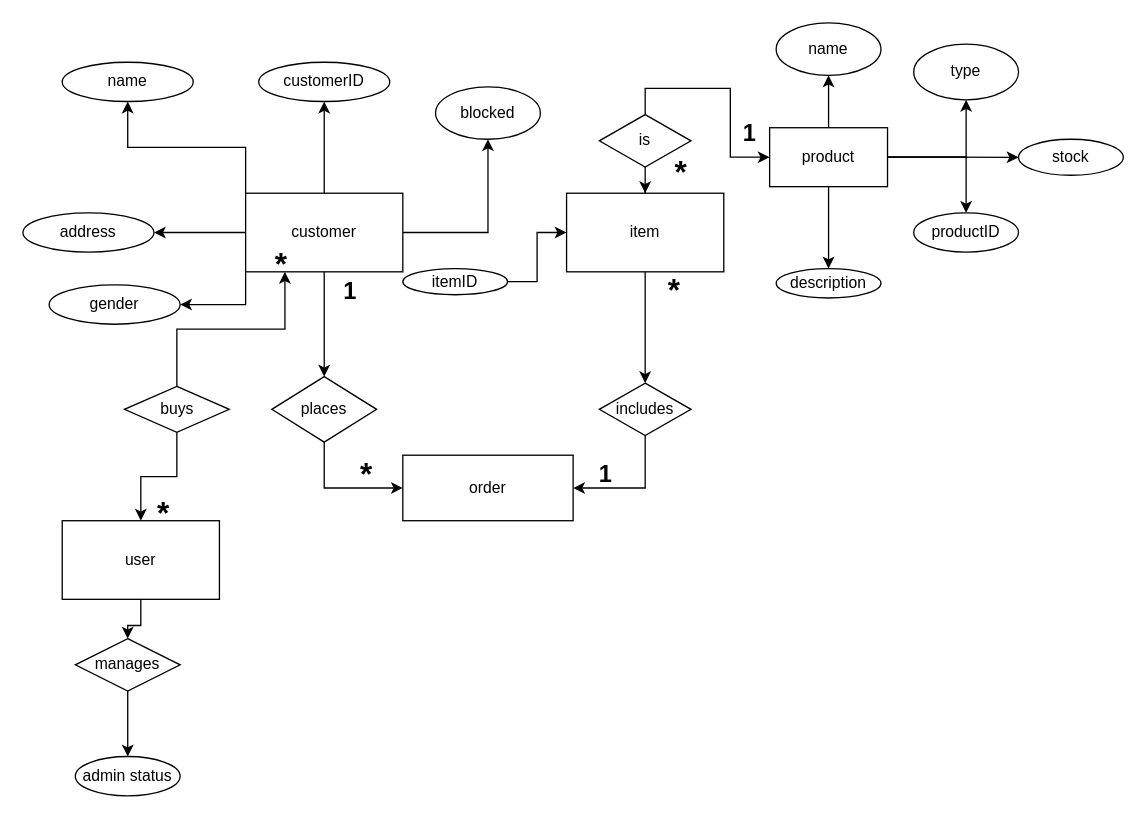
The draw.io diagram erd.drawio in ppvnf/diagramnetworklab2, before the edit. Source tidied: cells renumbered, new cells numbered last; positions are measured from the earlier drawing's top-left corner, leaving out a move shared by most shapes. Both pictures are drawn from the tidied source at 131%, with x=0, y=0 at pixel (22, 22).
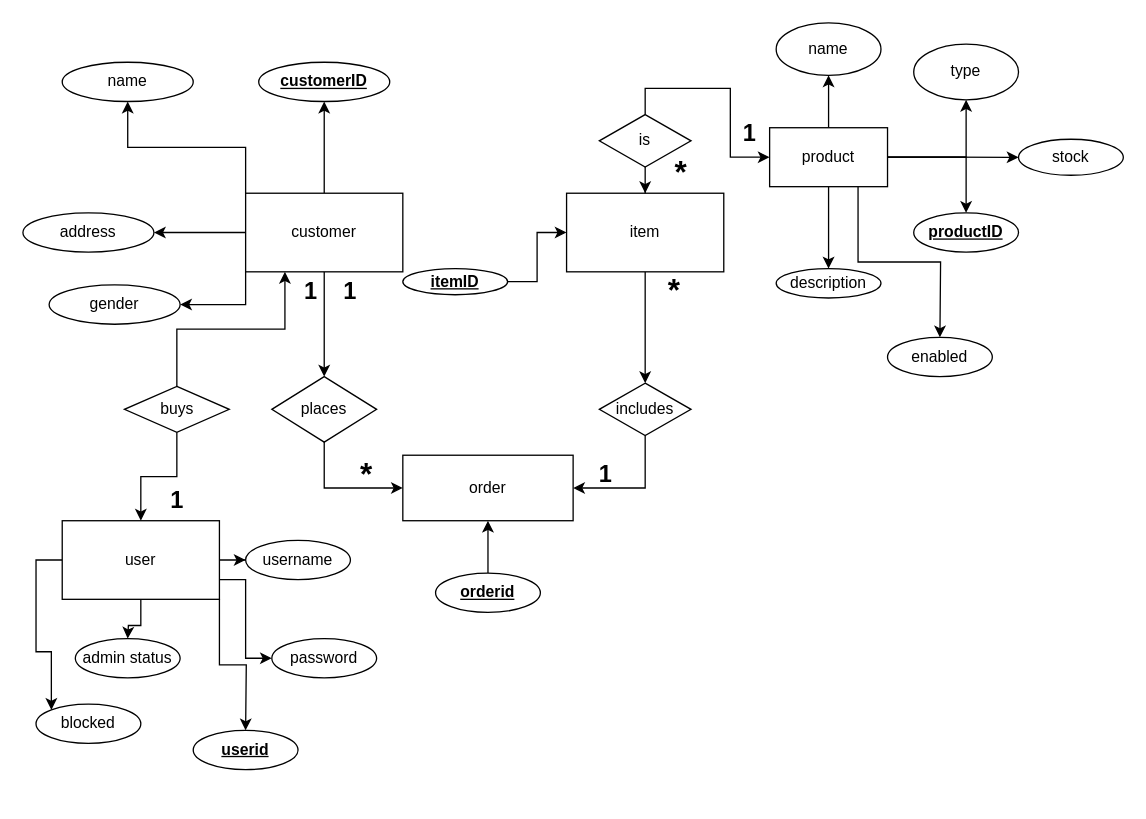
Above is the later version.

Unchanged cells that the change refers to:
```xml
<mxCell id="8" value="customer" style="whiteSpace=wrap;html=1;" parent="1" vertex="1">
  <mxGeometry x="170" y="130" width="120" height="60" as="geometry" />
</mxCell>
<mxCell id="13" value="order" style="whiteSpace=wrap;html=1;" parent="1" vertex="1">
  <mxGeometry x="290" y="330" width="130" height="50" as="geometry" />
</mxCell>
<mxCell id="25" value="product" style="whiteSpace=wrap;html=1;" parent="1" vertex="1">
  <mxGeometry x="570" y="80" width="90" height="45" as="geometry" />
</mxCell>
<mxCell id="44" value="user" style="whiteSpace=wrap;html=1;" parent="1" vertex="1">
  <mxGeometry x="30" y="380" width="120" height="60" as="geometry" />
</mxCell>
```

Diff of the diagram source:
```diff
@@
-    <mxCell id="7" style="edgeStyle=orthogonalEdgeStyle;rounded=0;jettySize=auto;html=1;" parent="1" edge="1" source="8" target="42">
-      <mxGeometry relative="1" as="geometry" />
-    </mxCell>
@@
-    <mxCell id="11" value="customerID" style="ellipse;whiteSpace=wrap;html=1;" parent="1" vertex="1">
+    <mxCell id="11" value="&lt;b&gt;&lt;u&gt;customerID&lt;/u&gt;&lt;/b&gt;" style="ellipse;whiteSpace=wrap;html=1;" parent="1" vertex="1">
       <mxGeometry x="180" y="30" width="100" height="30" as="geometry" />
     </mxCell>
@@
+    <mxCell id="53" style="edgeStyle=orthogonalEdgeStyle;rounded=0;jettySize=auto;html=1;exitX=0.75;exitY=1;exitDx=0;exitDy=0;" parent="1" edge="1" source="25">
+      <mxGeometry relative="1" as="geometry">
+        <mxPoint x="700" y="240" as="targetPoint" />
+      </mxGeometry>
+    </mxCell>
@@
-    <mxCell id="27" value="itemID" style="ellipse;whiteSpace=wrap;html=1;" parent="1" vertex="1">
+    <mxCell id="27" value="&lt;b&gt;&lt;u&gt;itemID&lt;/u&gt;&lt;/b&gt;" style="ellipse;whiteSpace=wrap;html=1;" parent="1" vertex="1">
       <mxGeometry x="290" y="187.5" width="80" height="20" as="geometry" />
     </mxCell>
@@
-    <mxCell id="38" value="productID" style="ellipse;whiteSpace=wrap;html=1;" parent="1" vertex="1">
+    <mxCell id="38" value="&lt;b&gt;&lt;u&gt;productID&lt;/u&gt;&lt;/b&gt;" style="ellipse;whiteSpace=wrap;html=1;" parent="1" vertex="1">
       <mxGeometry x="680" y="145" width="80" height="30" as="geometry" />
     </mxCell>
@@
-    <mxCell id="42" value="blocked" style="ellipse;whiteSpace=wrap;html=1;" parent="1" vertex="1">
-      <mxGeometry x="315" y="48.8" width="80" height="40" as="geometry" />
-    </mxCell>
-    <mxCell id="43" style="edgeStyle=orthogonalEdgeStyle;rounded=0;jettySize=auto;html=1;" parent="1" edge="1" source="44" target="52">
-      <mxGeometry relative="1" as="geometry" />
+    <mxCell id="43" style="edgeStyle=orthogonalEdgeStyle;rounded=0;jettySize=auto;html=1;" parent="1" edge="1" source="44">
+      <mxGeometry relative="1" as="geometry">
+        <mxPoint x="80" y="470" as="targetPoint" />
+      </mxGeometry>
     </mxCell>
+    <mxCell id="54" style="edgeStyle=orthogonalEdgeStyle;rounded=0;jettySize=auto;html=1;" parent="1" edge="1" source="44" target="58">
+      <mxGeometry relative="1" as="geometry" />
+    </mxCell>
+    <mxCell id="55" style="edgeStyle=orthogonalEdgeStyle;rounded=0;jettySize=auto;html=1;exitX=1;exitY=0.75;exitDx=0;exitDy=0;entryX=0;entryY=0.5;entryDx=0;entryDy=0;" parent="1" edge="1" source="44" target="59">
+      <mxGeometry relative="1" as="geometry" />
+    </mxCell>
+    <mxCell id="56" style="edgeStyle=orthogonalEdgeStyle;rounded=0;jettySize=auto;html=1;exitX=1;exitY=1;exitDx=0;exitDy=0;" parent="1" edge="1" source="44">
+      <mxGeometry relative="1" as="geometry">
+        <mxPoint x="170" y="540" as="targetPoint" />
+      </mxGeometry>
+    </mxCell>
+    <mxCell id="57" style="edgeStyle=orthogonalEdgeStyle;rounded=0;jettySize=auto;html=1;exitX=0;exitY=0.5;exitDx=0;exitDy=0;entryX=0;entryY=0;entryDx=0;entryDy=0;" parent="1" edge="1" source="44" target="42">
+      <mxGeometry relative="1" as="geometry" />
+    </mxCell>
@@
-    <mxCell id="45" value="&lt;font style=&quot;font-size: 24px;&quot;&gt;&lt;b&gt;&lt;font&gt;*&lt;/font&gt;&lt;/b&gt;&lt;/font&gt;" style="text;strokeColor=none;align=center;fillColor=none;html=1;verticalAlign=middle;whiteSpace=wrap;rounded=0;" parent="1" vertex="1">
-      <mxGeometry x="170" y="170" width="55" height="30" as="geometry" />
-    </mxCell>
@@
-    <mxCell id="49" value="&lt;font style=&quot;font-size: 24px;&quot;&gt;&lt;b&gt;&lt;font&gt;*&lt;/font&gt;&lt;/b&gt;&lt;/font&gt;" style="text;strokeColor=none;align=center;fillColor=none;html=1;verticalAlign=middle;whiteSpace=wrap;rounded=0;" parent="1" vertex="1">
-      <mxGeometry x="80" y="360" width="55" height="30" as="geometry" />
-    </mxCell>
     <mxCell id="50" value="admin status" style="ellipse;whiteSpace=wrap;html=1;" parent="1" vertex="1">
-      <mxGeometry x="40" y="560" width="80" height="30" as="geometry" />
+      <mxGeometry x="40" y="470" width="80" height="30" as="geometry" />
     </mxCell>
-    <mxCell id="51" style="edgeStyle=orthogonalEdgeStyle;rounded=0;jettySize=auto;html=1;" parent="1" edge="1" source="52" target="50">
-      <mxGeometry relative="1" as="geometry" />
-    </mxCell>
-    <mxCell id="52" value="manages" style="rhombus;whiteSpace=wrap;html=1;" parent="1" vertex="1">
-      <mxGeometry x="40" y="470" width="80" height="40" as="geometry" />
-    </mxCell>
+    <mxCell id="58" value="username" style="ellipse;whiteSpace=wrap;html=1;" parent="1" vertex="1">
+      <mxGeometry x="170" y="395" width="80" height="30" as="geometry" />
+    </mxCell>
+    <mxCell id="59" value="password" style="ellipse;whiteSpace=wrap;html=1;" parent="1" vertex="1">
+      <mxGeometry x="190" y="470" width="80" height="30" as="geometry" />
+    </mxCell>
+    <mxCell id="60" style="edgeStyle=orthogonalEdgeStyle;rounded=0;jettySize=auto;html=1;" parent="1" edge="1" source="61" target="13">
+      <mxGeometry relative="1" as="geometry" />
+    </mxCell>
+    <mxCell id="61" value="&lt;b&gt;&lt;u&gt;orderid&lt;/u&gt;&lt;/b&gt;" style="ellipse;whiteSpace=wrap;html=1;" parent="1" vertex="1">
+      <mxGeometry x="315" y="420" width="80" height="30" as="geometry" />
+    </mxCell>
+    <mxCell id="62" value="enabled" style="ellipse;whiteSpace=wrap;html=1;" parent="1" vertex="1">
+      <mxGeometry x="660" y="240" width="80" height="30" as="geometry" />
+    </mxCell>
+    <mxCell id="63" value="&lt;b&gt;&lt;u&gt;userid&lt;/u&gt;&lt;/b&gt;" style="ellipse;whiteSpace=wrap;html=1;" parent="1" vertex="1">
+      <mxGeometry x="130" y="540" width="80" height="30" as="geometry" />
+    </mxCell>
+    <mxCell id="42" value="blocked" style="ellipse;whiteSpace=wrap;html=1;" parent="1" vertex="1">
+      <mxGeometry x="10" y="520" width="80" height="30" as="geometry" />
+    </mxCell>
+    <mxCell id="64" value="&lt;b&gt;&lt;font style=&quot;font-size: 18px;&quot;&gt;1&lt;/font&gt;&lt;/b&gt;" style="text;strokeColor=none;align=center;fillColor=none;html=1;verticalAlign=middle;whiteSpace=wrap;rounded=0;" parent="1" vertex="1">
+      <mxGeometry x="190" y="190" width="60" height="30" as="geometry" />
+    </mxCell>
+    <mxCell id="65" value="&lt;b&gt;&lt;font style=&quot;font-size: 18px;&quot;&gt;1&lt;/font&gt;&lt;/b&gt;" style="text;strokeColor=none;align=center;fillColor=none;html=1;verticalAlign=middle;whiteSpace=wrap;rounded=0;" parent="1" vertex="1">
+      <mxGeometry x="87.5" y="350" width="60" height="30" as="geometry" />
+    </mxCell>
```
